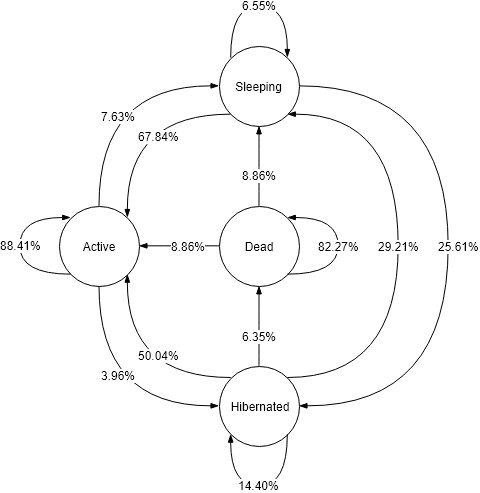
The draw.io diagram Chains/atom_chain.png in collab-uniba/developersInactivityAnalysis, before a commit. Source tidied: cells renumbered, new cells last; positions are measured from the earlier drawing's top-left corner, leaving out a move shared by most shapes.
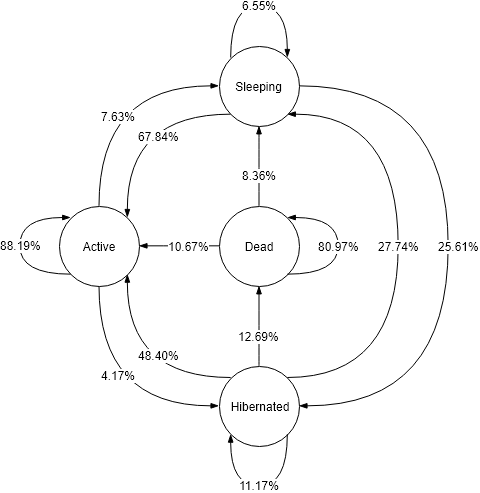
After the commit.

What changed in the source:
```diff
@@ -17,7 +17,7 @@
         </Array>
       </mxGeometry>
     </mxCell>
-    <mxCell id="5" value="3.96%" style="text;html=1;align=center;verticalAlign=middle;labelBackgroundColor=#ffffff;" parent="4" vertex="1">
+    <mxCell id="5" value="4.17%" style="text;html=1;align=center;verticalAlign=middle;labelBackgroundColor=#ffffff;" parent="4" vertex="1">
       <mxGeometry x="-0.21" y="-16" relative="1" as="geometry">
         <mxPoint x="35.5" y="-5.5" as="offset" />
       </mxGeometry>
@@ -61,7 +61,7 @@
         </Array>
       </mxGeometry>
     </mxCell>
-    <mxCell id="13" value="8.86%" style="text;html=1;align=center;verticalAlign=middle;labelBackgroundColor=#ffffff;" parent="12" vertex="1">
+    <mxCell id="13" value="8.36%" style="text;html=1;align=center;verticalAlign=middle;labelBackgroundColor=#ffffff;" parent="12" vertex="1">
       <mxGeometry x="-0.24" y="24" relative="1" as="geometry">
         <mxPoint x="24" y="-0.5" as="offset" />
       </mxGeometry>
@@ -75,7 +75,7 @@
         </Array>
       </mxGeometry>
     </mxCell>
-    <mxCell id="15" value="8.86%" style="text;html=1;align=center;verticalAlign=middle;labelBackgroundColor=#ffffff;" parent="14" vertex="1">
+    <mxCell id="15" value="10.67%" style="text;html=1;align=center;verticalAlign=middle;labelBackgroundColor=#ffffff;" parent="14" vertex="1">
       <mxGeometry x="0.12" y="-2" relative="1" as="geometry">
         <mxPoint x="14.5" y="2" as="offset" />
       </mxGeometry>
@@ -86,7 +86,7 @@
     <mxCell id="17" style="edgeStyle=orthogonalEdgeStyle;curved=1;rounded=0;jettySize=auto;html=1;entryX=1;entryY=1;entryDx=0;entryDy=0;endArrow=blockThin;endFill=1;exitX=0;exitY=0;exitDx=0;exitDy=0;" parent="1" edge="1" source="23" target="6">
       <mxGeometry relative="1" as="geometry" />
     </mxCell>
-    <mxCell id="18" value="50.04%&lt;br&gt;" style="text;html=1;align=center;verticalAlign=middle;labelBackgroundColor=#ffffff;" parent="17" vertex="1">
+    <mxCell id="18" value="48.40%&lt;br&gt;" style="text;html=1;align=center;verticalAlign=middle;labelBackgroundColor=#ffffff;" parent="17" vertex="1">
       <mxGeometry x="-0.24" y="-22" relative="1" as="geometry">
         <mxPoint x="6" as="offset" />
       </mxGeometry>
@@ -94,7 +94,7 @@
     <mxCell id="19" style="edgeStyle=orthogonalEdgeStyle;curved=1;rounded=0;jettySize=auto;html=1;entryX=0.5;entryY=1;entryDx=0;entryDy=0;endArrow=blockThin;endFill=1;exitX=0.5;exitY=0;exitDx=0;exitDy=0;" parent="1" edge="1" source="23" target="16">
       <mxGeometry relative="1" as="geometry" />
     </mxCell>
-    <mxCell id="20" value="6.35%" style="text;html=1;align=center;verticalAlign=middle;labelBackgroundColor=#ffffff;" parent="19" vertex="1">
+    <mxCell id="20" value="12.69%" style="text;html=1;align=center;verticalAlign=middle;labelBackgroundColor=#ffffff;" parent="19" vertex="1">
       <mxGeometry x="-0.27" y="19" relative="1" as="geometry">
         <mxPoint x="19" y="-1" as="offset" />
       </mxGeometry>
@@ -107,7 +107,7 @@
         </Array>
       </mxGeometry>
     </mxCell>
-    <mxCell id="22" value="29.21%" style="text;html=1;align=center;verticalAlign=middle;labelBackgroundColor=#ffffff;direction=south;" parent="21" vertex="1">
+    <mxCell id="22" value="27.74%" style="text;html=1;align=center;verticalAlign=middle;labelBackgroundColor=#ffffff;direction=south;" parent="21" vertex="1">
       <mxGeometry y="-25" relative="1" as="geometry">
         <mxPoint x="-24.5" as="offset" />
       </mxGeometry>
@@ -123,7 +123,7 @@
         </Array>
       </mxGeometry>
     </mxCell>
-    <mxCell id="25" value="88.41%" style="text;html=1;align=center;verticalAlign=middle;labelBackgroundColor=#ffffff;" parent="24" vertex="1">
+    <mxCell id="25" value="88.19%" style="text;html=1;align=center;verticalAlign=middle;labelBackgroundColor=#ffffff;" parent="24" vertex="1">
       <mxGeometry x="0.2" y="-2" relative="1" as="geometry">
         <mxPoint x="-1.5" y="15.5" as="offset" />
       </mxGeometry>
@@ -136,7 +136,7 @@
         </Array>
       </mxGeometry>
     </mxCell>
-    <mxCell id="27" value="14.40%" style="text;html=1;align=center;verticalAlign=middle;labelBackgroundColor=#ffffff;" parent="26" vertex="1">
+    <mxCell id="27" value="11.17%" style="text;html=1;align=center;verticalAlign=middle;labelBackgroundColor=#ffffff;" parent="26" vertex="1">
       <mxGeometry x="-0.36" y="-16" relative="1" as="geometry">
         <mxPoint x="-12.5" y="0.5" as="offset" />
       </mxGeometry>
@@ -149,7 +149,7 @@
         </Array>
       </mxGeometry>
     </mxCell>
-    <mxCell id="29" value="82.27%" style="text;html=1;align=center;verticalAlign=middle;labelBackgroundColor=#ffffff;" parent="28" vertex="1">
+    <mxCell id="29" value="80.97%" style="text;html=1;align=center;verticalAlign=middle;labelBackgroundColor=#ffffff;" parent="28" vertex="1">
       <mxGeometry x="0.1" y="-1" relative="1" as="geometry">
         <mxPoint x="-0.5" y="8.5" as="offset" />
       </mxGeometry>
```
